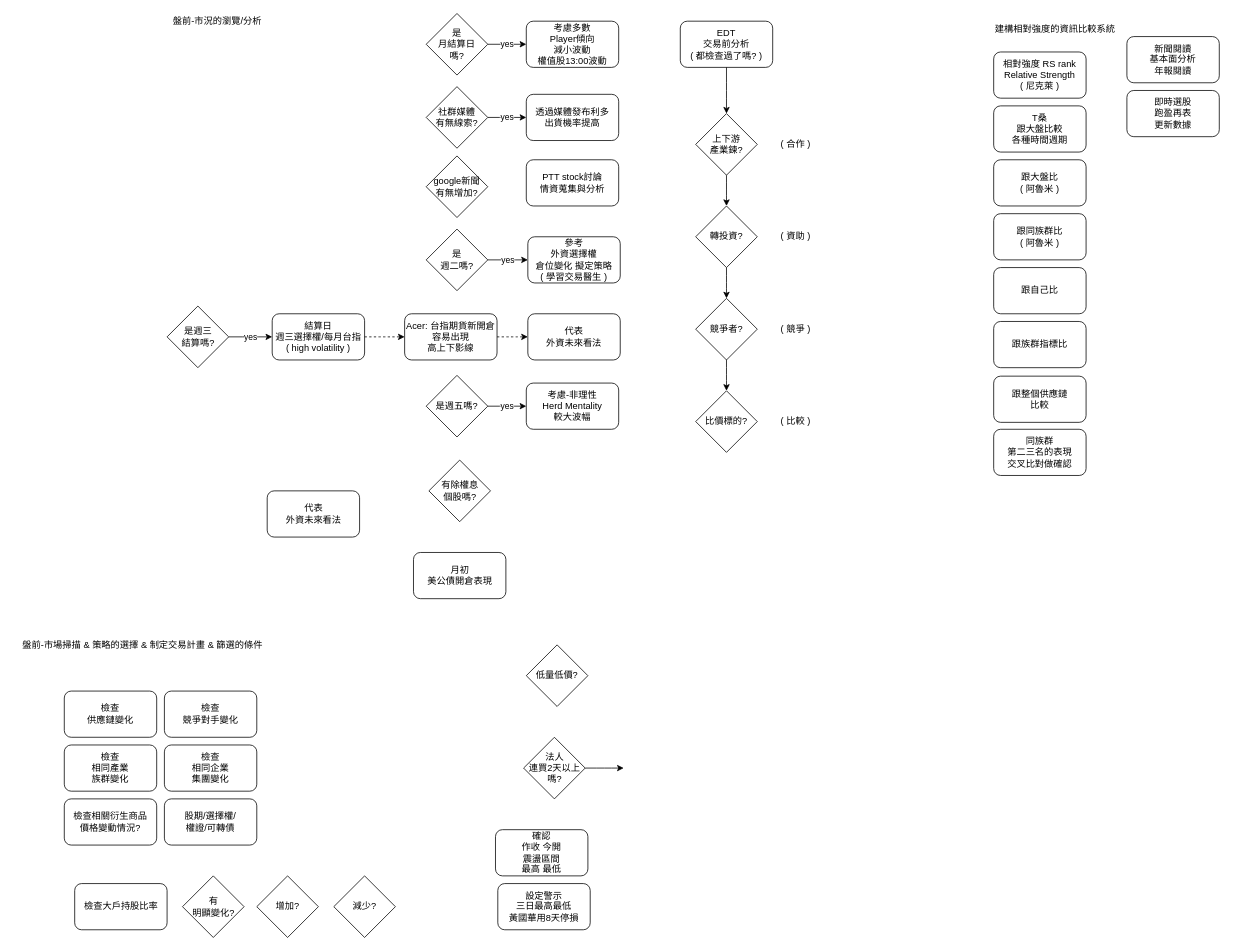
Above: page "TAIEX trades" (2 of 3) of trade/operation.drawio in bryankuo/lab (draw.io), before the change. Source tidied: cells renumbered, new cells numbered last; positions are measured from the earlier drawing's top-left corner, leaving out a move shared by most shapes. Both pictures are drawn from the tidied source at 77%, with x=0, y=0 at pixel (13, 13).
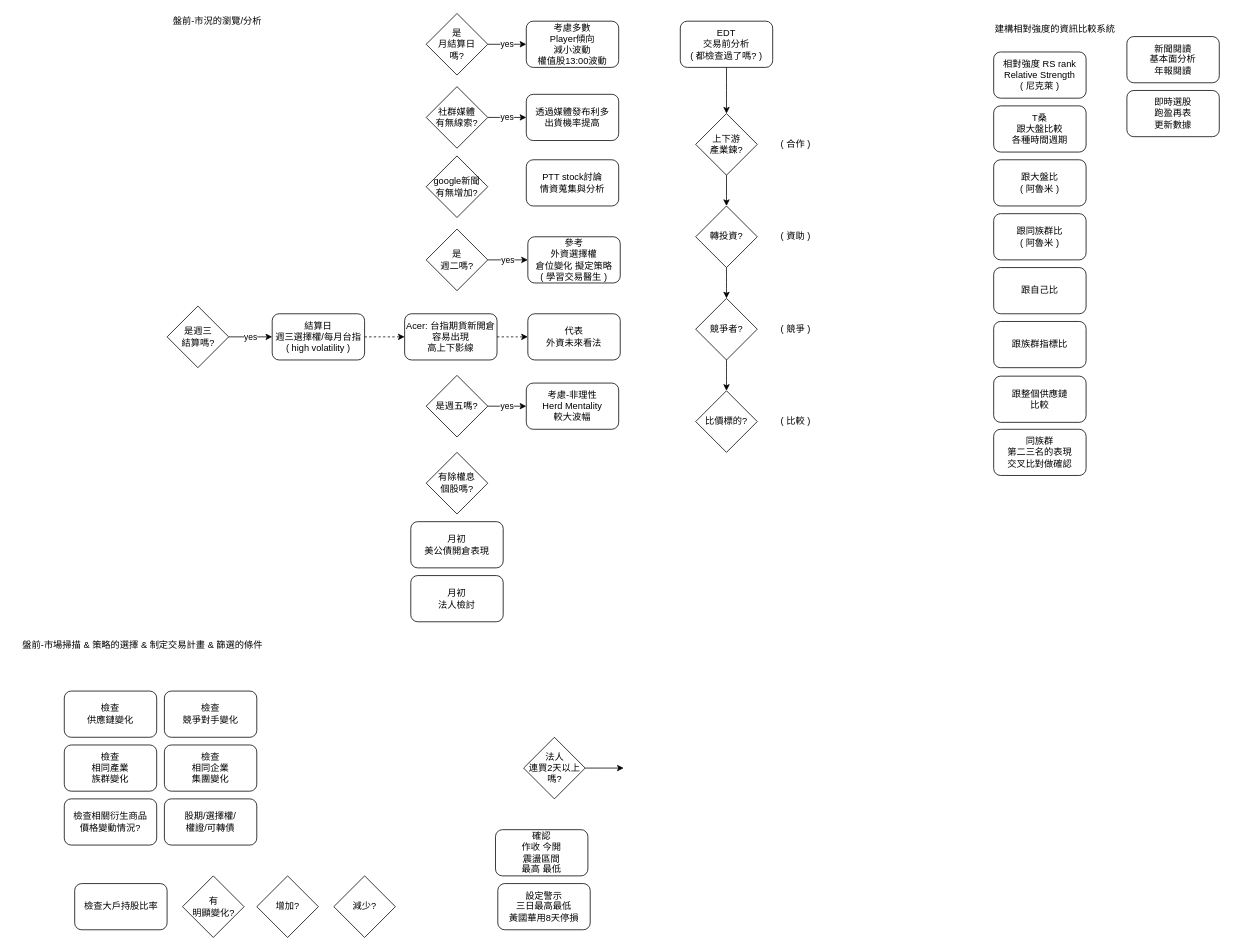
Above is the later version.

Change to the diagram source:
```diff
@@
     <mxCell id="30" value="有除權息&lt;br&gt;個股嗎?" style="rhombus;whiteSpace=wrap;html=1;" parent="1" vertex="1">
-      <mxGeometry x="539.5" y="580" width="80" height="80" as="geometry" />
+      <mxGeometry x="536" y="570" width="80" height="80" as="geometry" />
     </mxCell>
@@
-    <mxCell id="59" value="低量低價?" style="rhombus;whiteSpace=wrap;html=1;" parent="1" vertex="1">
-      <mxGeometry x="666" y="820" width="80" height="80" as="geometry" />
-    </mxCell>
@@
-    <mxCell id="65" value="代表&lt;br&gt;外資未來看法" style="rounded=1;whiteSpace=wrap;html=1;" parent="1" vertex="1">
-      <mxGeometry x="329.5" y="620" width="120" height="60" as="geometry" />
-    </mxCell>
     <mxCell id="66" value="月初&lt;br&gt;美公債開倉表現" style="rounded=1;whiteSpace=wrap;html=1;" parent="1" vertex="1">
-      <mxGeometry x="519.5" y="700" width="120" height="60" as="geometry" />
+      <mxGeometry x="516" y="660" width="120" height="60" as="geometry" />
     </mxCell>
+    <mxCell id="67" value="月初&lt;br&gt;法人檢討" style="rounded=1;whiteSpace=wrap;html=1;" parent="1" vertex="1">
+      <mxGeometry x="516" y="730" width="120" height="60" as="geometry" />
+    </mxCell>
```
